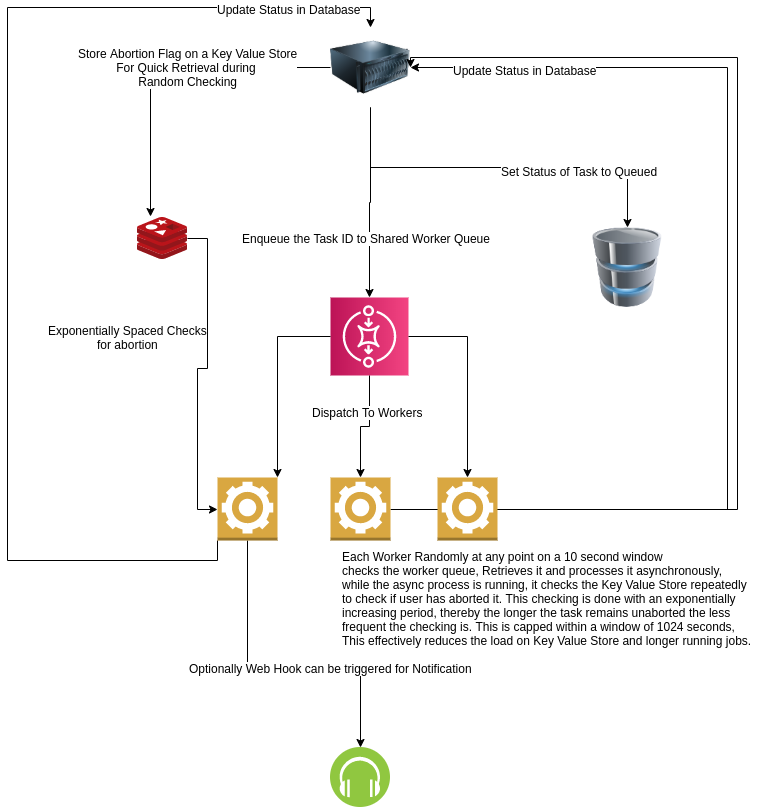
siddharths067/AtlanScheduler keeps this draw.io diagram as SystemDesign.png. Above is the earlier version. Source tidied: cells renumbered, new cells last; positions are measured from the earlier drawing's top-left corner, leaving out a move shared by most shapes. The source it was exported from:
```xml
<mxGraphModel>
  <root>
    <mxCell id="0" />
    <mxCell id="1" parent="0" />
    <mxCell id="2" style="edgeStyle=orthogonalEdgeStyle;rounded=0;jettySize=auto;html=1;exitX=0.5;exitY=1;exitDx=0;exitDy=0;" parent="1" edge="1" source="8" target="9">
      <mxGeometry relative="1" as="geometry" />
    </mxCell>
    <mxCell id="3" value="Set Status of Task to Queued" style="text;html=1;align=center;verticalAlign=middle;labelBackgroundColor=#ffffff;" parent="2" vertex="1">
      <mxGeometry x="0.42" y="-3" relative="1" as="geometry" />
    </mxCell>
    <mxCell id="4" style="edgeStyle=orthogonalEdgeStyle;rounded=0;jettySize=auto;html=1;exitX=0.5;exitY=1;exitDx=0;exitDy=0;" parent="1" edge="1" source="8" target="10">
      <mxGeometry relative="1" as="geometry" />
    </mxCell>
    <mxCell id="5" value="Enqueue the Task ID to Shared Worker Queue" style="text;html=1;align=center;verticalAlign=middle;labelBackgroundColor=#ffffff;" parent="4" vertex="1">
      <mxGeometry x="0.37" y="-4" relative="1" as="geometry" />
    </mxCell>
    <mxCell id="6" style="edgeStyle=orthogonalEdgeStyle;rounded=0;jettySize=auto;html=1;exitX=0;exitY=0.5;exitDx=0;exitDy=0;entryX=0.26;entryY=-0.024;entryDx=0;entryDy=0;entryPerimeter=0;" parent="1" edge="1" source="8" target="11">
      <mxGeometry relative="1" as="geometry" />
    </mxCell>
    <mxCell id="7" value="Store Abortion Flag on a Key Value Store&lt;br&gt;For Quick Retrieval during &lt;br&gt;Random Checking" style="text;html=1;align=center;verticalAlign=middle;labelBackgroundColor=#ffffff;" parent="6" vertex="1">
      <mxGeometry x="-0.13" y="-1" relative="1" as="geometry" />
    </mxCell>
    <mxCell id="8" style="image;html=1;labelBackgroundColor=#ffffff;image=img/lib/clip_art/computers/Server_128x128.png;" parent="1" vertex="1">
      <mxGeometry x="323" y="20" width="80" height="80" as="geometry" />
    </mxCell>
    <mxCell id="9" style="image;html=1;labelBackgroundColor=#ffffff;image=img/lib/clip_art/computers/Database_128x128.png;" parent="1" vertex="1">
      <mxGeometry x="580" y="220" width="80" height="80" as="geometry" />
    </mxCell>
    <mxCell id="10" style="outlineConnect=0;fontColor=#232F3E;gradientColor=#F34482;gradientDirection=north;fillColor=#BC1356;strokeColor=#ffffff;dashed=0;verticalLabelPosition=bottom;verticalAlign=top;align=center;html=1;fontSize=12;fontStyle=0;shape=mxgraph.aws4.resourceIcon;resIcon=mxgraph.aws4.sqs;direction=south;" parent="1" vertex="1">
      <mxGeometry x="323" y="290" width="78" height="78" as="geometry" />
    </mxCell>
    <mxCell id="11" style="html=1;points=[];align=center;image;fontSize=12;image=img/lib/mscae/Cache_Redis_Product.svg;" parent="1" vertex="1">
      <mxGeometry x="130" y="210" width="50" height="42" as="geometry" />
    </mxCell>
    <mxCell id="12" style="edgeStyle=orthogonalEdgeStyle;rounded=0;jettySize=auto;html=1;entryX=0.5;entryY=0;entryDx=0;entryDy=0;entryPerimeter=0;" parent="1" edge="1" source="10" target="15">
      <mxGeometry relative="1" as="geometry" />
    </mxCell>
    <mxCell id="13" value="Dispatch To Workers" style="text;html=1;align=center;verticalAlign=middle;labelBackgroundColor=#ffffff;" parent="12" vertex="1">
      <mxGeometry x="-0.35" y="-3" relative="1" as="geometry" />
    </mxCell>
    <mxCell id="14" style="edgeStyle=orthogonalEdgeStyle;rounded=0;jettySize=auto;html=1;exitX=1;exitY=0.5;exitDx=0;exitDy=0;exitPerimeter=0;entryX=1;entryY=0.5;entryDx=0;entryDy=0;" parent="1" edge="1" source="15" target="8">
      <mxGeometry relative="1" as="geometry">
        <Array as="points">
          <mxPoint x="730" y="502" />
          <mxPoint x="730" y="50" />
          <mxPoint x="403" y="50" />
        </Array>
      </mxGeometry>
    </mxCell>
    <mxCell id="15" style="outlineConnect=0;dashed=0;verticalLabelPosition=bottom;verticalAlign=top;align=center;html=1;shape=mxgraph.aws3.worker;fillColor=#D9A741;gradientColor=none;" parent="1" vertex="1">
      <mxGeometry x="323" y="470" width="60" height="63" as="geometry" />
    </mxCell>
    <mxCell id="16" style="edgeStyle=orthogonalEdgeStyle;rounded=0;jettySize=auto;html=1;entryX=1;entryY=0;entryDx=0;entryDy=0;entryPerimeter=0;" parent="1" edge="1" source="10" target="23">
      <mxGeometry relative="1" as="geometry" />
    </mxCell>
    <mxCell id="17" style="edgeStyle=orthogonalEdgeStyle;rounded=0;jettySize=auto;html=1;entryX=0;entryY=0.5;entryDx=0;entryDy=0;entryPerimeter=0;" parent="1" edge="1" source="11" target="23">
      <mxGeometry relative="1" as="geometry" />
    </mxCell>
    <mxCell id="18" value="Exponentially Spaced Checks&lt;br&gt;for abortion" style="text;html=1;align=center;verticalAlign=middle;labelBackgroundColor=#ffffff;" parent="17" vertex="1">
      <mxGeometry x="-0.23" y="3" relative="1" as="geometry">
        <mxPoint x="-83" y="-6" as="offset" />
      </mxGeometry>
    </mxCell>
    <mxCell id="19" style="edgeStyle=orthogonalEdgeStyle;rounded=0;jettySize=auto;html=1;exitX=0;exitY=1;exitDx=0;exitDy=0;exitPerimeter=0;entryX=0.5;entryY=0;entryDx=0;entryDy=0;" parent="1" edge="1" source="23" target="8">
      <mxGeometry relative="1" as="geometry">
        <Array as="points">
          <mxPoint x="210" y="553" />
          <mxPoint y="553" />
          <mxPoint />
          <mxPoint x="363" />
        </Array>
      </mxGeometry>
    </mxCell>
    <mxCell id="20" value="Update Status in Database" style="text;html=1;align=center;verticalAlign=middle;labelBackgroundColor=#ffffff;" parent="19" vertex="1">
      <mxGeometry x="0.82" y="-1" relative="1" as="geometry" />
    </mxCell>
    <mxCell id="21" style="edgeStyle=orthogonalEdgeStyle;rounded=0;jettySize=auto;html=1;exitX=0.5;exitY=1;exitDx=0;exitDy=0;exitPerimeter=0;entryX=0.5;entryY=0;entryDx=0;entryDy=0;" parent="1" edge="1" source="23" target="29">
      <mxGeometry relative="1" as="geometry">
        <Array as="points">
          <mxPoint x="240" y="660" />
          <mxPoint x="353" y="660" />
        </Array>
      </mxGeometry>
    </mxCell>
    <mxCell id="22" value="Optionally Web Hook can be triggered for Notification" style="text;html=1;align=center;verticalAlign=middle;labelBackgroundColor=#ffffff;" parent="21" vertex="1">
      <mxGeometry x="0.31" relative="1" as="geometry" />
    </mxCell>
    <mxCell id="23" style="outlineConnect=0;dashed=0;verticalLabelPosition=bottom;verticalAlign=top;align=center;html=1;shape=mxgraph.aws3.worker;fillColor=#D9A741;gradientColor=none;" parent="1" vertex="1">
      <mxGeometry x="210" y="470" width="60" height="63" as="geometry" />
    </mxCell>
    <mxCell id="24" style="edgeStyle=orthogonalEdgeStyle;rounded=0;jettySize=auto;html=1;entryX=0.5;entryY=0;entryDx=0;entryDy=0;entryPerimeter=0;" parent="1" edge="1" source="10" target="27">
      <mxGeometry relative="1" as="geometry" />
    </mxCell>
    <mxCell id="25" style="edgeStyle=orthogonalEdgeStyle;rounded=0;jettySize=auto;html=1;exitX=1;exitY=0.5;exitDx=0;exitDy=0;exitPerimeter=0;entryX=1;entryY=0.5;entryDx=0;entryDy=0;" parent="1" edge="1" source="27" target="8">
      <mxGeometry relative="1" as="geometry">
        <Array as="points">
          <mxPoint x="720" y="502" />
          <mxPoint x="720" y="60" />
        </Array>
      </mxGeometry>
    </mxCell>
    <mxCell id="26" value="Update Status in Database" style="text;html=1;align=center;verticalAlign=middle;labelBackgroundColor=#ffffff;" parent="25" vertex="1">
      <mxGeometry x="0.77" y="2" relative="1" as="geometry" />
    </mxCell>
    <mxCell id="27" style="outlineConnect=0;dashed=0;verticalLabelPosition=bottom;verticalAlign=top;align=center;html=1;shape=mxgraph.aws3.worker;fillColor=#D9A741;gradientColor=none;" parent="1" vertex="1">
      <mxGeometry x="430" y="470" width="60" height="63" as="geometry" />
    </mxCell>
    <mxCell id="28" value="Each Worker Randomly at any point on a 10 second window&lt;br&gt;checks the worker queue, Retrieves it and processes it asynchronously,&lt;br&gt;while the async process is running, it checks the Key Value Store repeatedly&lt;br&gt;to check if user has aborted it. This checking is done with an exponentially&amp;nbsp;&lt;br&gt;increasing period, thereby the longer the task remains unaborted the less&lt;br&gt;frequent the checking is. This is capped within a window of 1024 seconds,&lt;br&gt;This effectively reduces the load on Key Value Store and longer running jobs.&lt;br&gt;" style="text;html=1;align=left;verticalAlign=top;spacingTop=-4;" parent="1" vertex="1">
      <mxGeometry x="333" y="540" width="420" height="100" as="geometry" />
    </mxCell>
    <mxCell id="29" style="perimeter=ellipsePerimeter;html=1;align=center;shadow=0;dashed=0;fontColor=#4277BB;labelBackgroundColor=#ffffff;fontSize=12;spacingTop=3;image;image=img/lib/ibm/blockchain/event_listener.svg;" parent="1" vertex="1">
      <mxGeometry x="323" y="740" width="60" height="60" as="geometry" />
    </mxCell>
  </root>
</mxGraphModel>
```
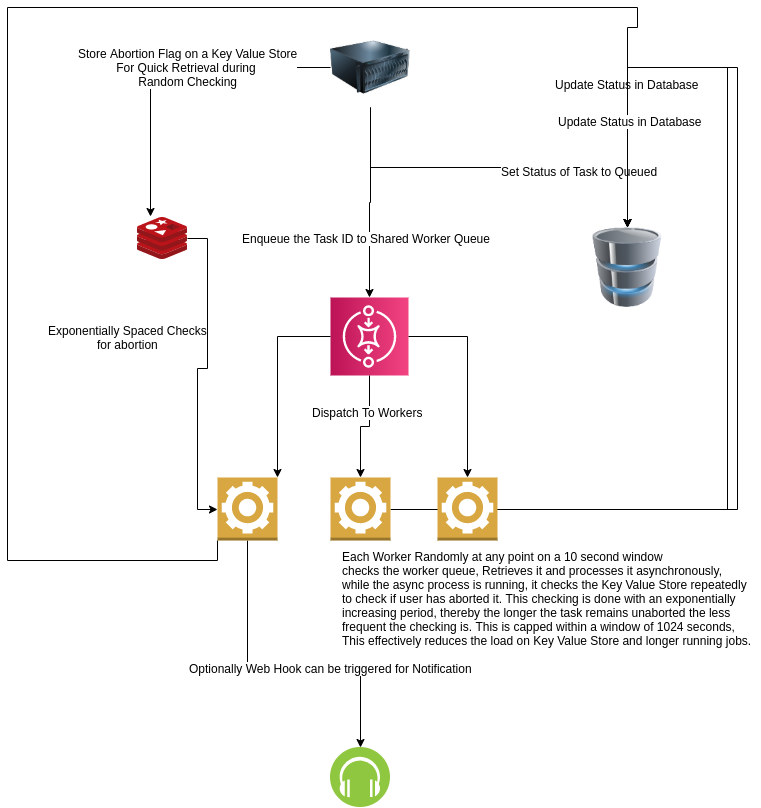
After the change.

Commit message:
Updated and Corrected Diagram

What changed in the source:
```diff
@@ -38,12 +38,12 @@
     <mxCell id="13" value="Dispatch To Workers" style="text;html=1;align=center;verticalAlign=middle;labelBackgroundColor=#ffffff;" parent="12" vertex="1">
       <mxGeometry x="-0.35" y="-3" relative="1" as="geometry" />
     </mxCell>
-    <mxCell id="14" style="edgeStyle=orthogonalEdgeStyle;rounded=0;jettySize=auto;html=1;exitX=1;exitY=0.5;exitDx=0;exitDy=0;exitPerimeter=0;entryX=1;entryY=0.5;entryDx=0;entryDy=0;" parent="1" edge="1" source="15" target="8">
+    <mxCell id="14" style="edgeStyle=orthogonalEdgeStyle;rounded=0;jettySize=auto;html=1;exitX=1;exitY=0.5;exitDx=0;exitDy=0;exitPerimeter=0;" parent="1" edge="1" source="15" target="9">
       <mxGeometry relative="1" as="geometry">
         <Array as="points">
           <mxPoint x="730" y="502" />
-          <mxPoint x="730" y="50" />
-          <mxPoint x="403" y="50" />
+          <mxPoint x="730" y="60" />
+          <mxPoint x="620" y="60" />
         </Array>
       </mxGeometry>
     </mxCell>
@@ -61,13 +61,15 @@
         <mxPoint x="-83" y="-6" as="offset" />
       </mxGeometry>
     </mxCell>
-    <mxCell id="19" style="edgeStyle=orthogonalEdgeStyle;rounded=0;jettySize=auto;html=1;exitX=0;exitY=1;exitDx=0;exitDy=0;exitPerimeter=0;entryX=0.5;entryY=0;entryDx=0;entryDy=0;" parent="1" edge="1" source="23" target="8">
+    <mxCell id="19" style="edgeStyle=orthogonalEdgeStyle;rounded=0;jettySize=auto;html=1;exitX=0;exitY=1;exitDx=0;exitDy=0;exitPerimeter=0;" parent="1" edge="1" source="23" target="9">
       <mxGeometry relative="1" as="geometry">
         <Array as="points">
           <mxPoint x="210" y="553" />
           <mxPoint y="553" />
           <mxPoint />
-          <mxPoint x="363" />
+          <mxPoint x="630" />
+          <mxPoint x="630" y="20" />
+          <mxPoint x="620" y="20" />
         </Array>
       </mxGeometry>
     </mxCell>
@@ -91,11 +93,12 @@
     <mxCell id="24" style="edgeStyle=orthogonalEdgeStyle;rounded=0;jettySize=auto;html=1;entryX=0.5;entryY=0;entryDx=0;entryDy=0;entryPerimeter=0;" parent="1" edge="1" source="10" target="27">
       <mxGeometry relative="1" as="geometry" />
     </mxCell>
-    <mxCell id="25" style="edgeStyle=orthogonalEdgeStyle;rounded=0;jettySize=auto;html=1;exitX=1;exitY=0.5;exitDx=0;exitDy=0;exitPerimeter=0;entryX=1;entryY=0.5;entryDx=0;entryDy=0;" parent="1" edge="1" source="27" target="8">
+    <mxCell id="25" style="edgeStyle=orthogonalEdgeStyle;rounded=0;jettySize=auto;html=1;exitX=1;exitY=0.5;exitDx=0;exitDy=0;exitPerimeter=0;" parent="1" edge="1" source="27" target="9">
       <mxGeometry relative="1" as="geometry">
         <Array as="points">
           <mxPoint x="720" y="502" />
           <mxPoint x="720" y="60" />
+          <mxPoint x="620" y="60" />
         </Array>
       </mxGeometry>
     </mxCell>
```
